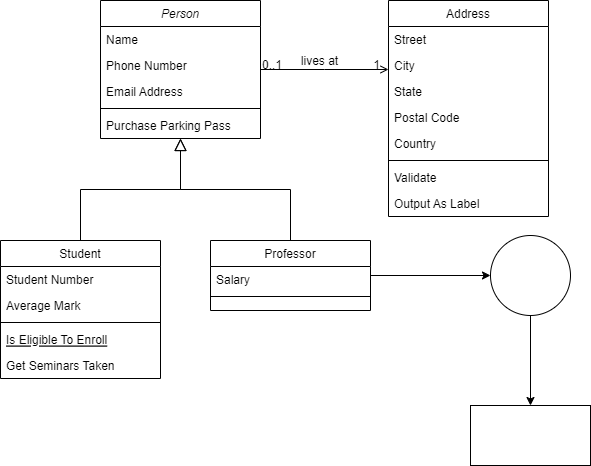
mo086/draw keeps this draw.io diagram as t1.drawio.png. Above is the earlier version. Source tidied: cells renumbered, new cells last; positions are measured from the earlier drawing's top-left corner, leaving out a move shared by most shapes.
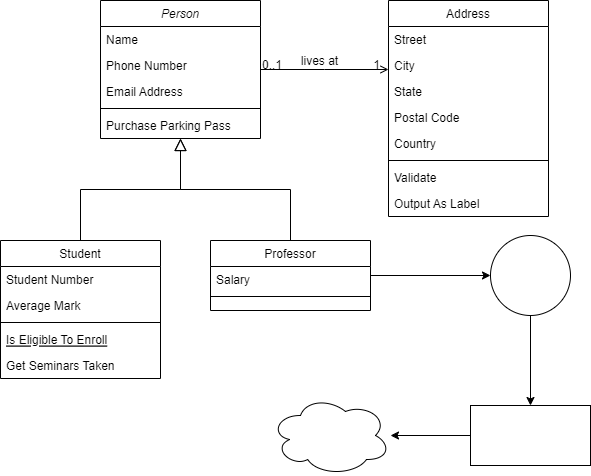
Later version of the same file.

The edit, as a diff of the source:
```diff
@@ -109,8 +109,14 @@
     <mxCell id="34" style="ellipse;whiteSpace=wrap;html=1;verticalAlign=top;fontStyle=0;startSize=26;rounded=0;shadow=0;strokeWidth=1;" parent="1" vertex="1">
       <mxGeometry x="490" y="235" width="80" height="80" as="geometry" />
     </mxCell>
+    <mxCell id="36" style="edgeStyle=orthogonalEdgeStyle;rounded=0;jettySize=auto;html=1;" parent="1" edge="1" source="35" target="37">
+      <mxGeometry relative="1" as="geometry" />
+    </mxCell>
     <mxCell id="35" style="whiteSpace=wrap;html=1;verticalAlign=top;fontStyle=0;startSize=26;rounded=0;shadow=0;strokeWidth=1;" parent="1" vertex="1">
       <mxGeometry x="470" y="405" width="120" height="60" as="geometry" />
     </mxCell>
+    <mxCell id="37" style="ellipse;shape=cloud;whiteSpace=wrap;html=1;verticalAlign=top;fontStyle=0;startSize=26;rounded=0;shadow=0;strokeWidth=1;" parent="1" vertex="1">
+      <mxGeometry x="270" y="395" width="120" height="80" as="geometry" />
+    </mxCell>
   </root>
 </mxGraphModel>
```
